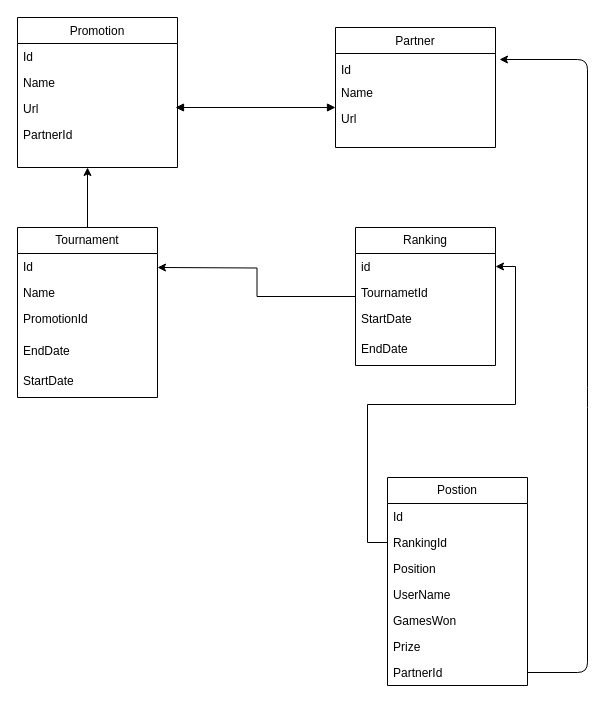
The draw.io diagram UML/Tournaments.drawio in full-stack-bcn/p3-backend-2023, before the edit. Source tidied: cells renumbered, new cells numbered last; positions are measured from the earlier drawing's top-left corner, leaving out a move shared by most shapes. Both pictures are drawn from the tidied source at 100%, with x=0, y=0 at pixel (17, 17).
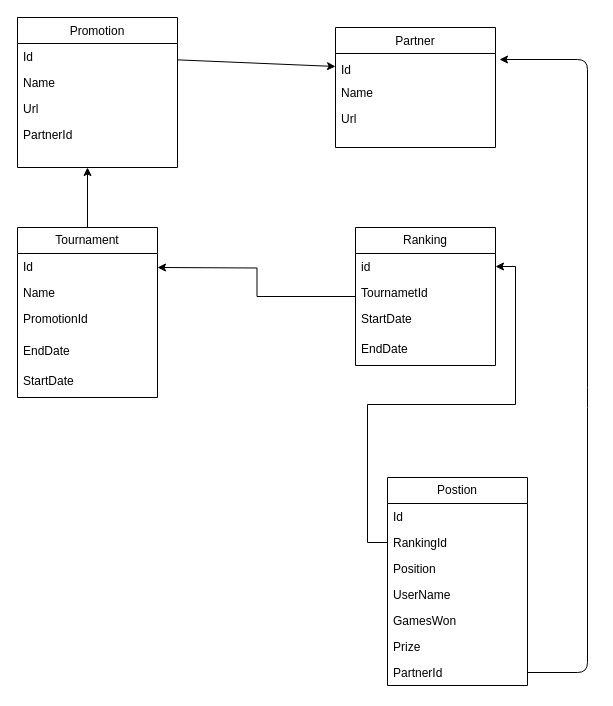
The same page after the edit.

Commit message (it also covers changes not shown here):
Adding more data to seed file. updating Tournament UML

Unchanged cells that the change refers to:
```xml
<mxCell id="3" value="Id" style="text;align=left;verticalAlign=bottom;spacingLeft=4;spacingRight=4;overflow=hidden;points=[[0,0.5],[1,0.5]];portConstraint=eastwest;strokeColor=none;" parent="2" vertex="1">
  <mxGeometry y="26" width="160" height="26" as="geometry" />
</mxCell>
<mxCell id="7" value="Id" style="text;align=left;verticalAlign=top;spacingLeft=4;spacingRight=4;overflow=hidden;points=[[0,0.5],[1,0.5]];portConstraint=eastwest;" parent="6" vertex="1">
  <mxGeometry y="26" width="160" height="26" as="geometry" />
</mxCell>
```

The edit, as a diff of the source:
```diff
@@
-    <mxCell id="18" style="endArrow=block;startArrow=block;endFill=1;startFill=1;html=1;rounded=0;" parent="1" edge="1">
-      <mxGeometry relative="1" as="geometry">
-        <mxPoint x="158" y="90" as="sourcePoint" />
-        <mxPoint x="318" y="90" as="targetPoint" />
-      </mxGeometry>
-    </mxCell>
@@
+    <mxCell id="35" style="edgeStyle=none;html=1;entryX=0;entryY=0.5;entryDx=0;entryDy=0;" parent="1" edge="1" source="7" target="3">
+      <mxGeometry relative="1" as="geometry" />
+    </mxCell>
```
